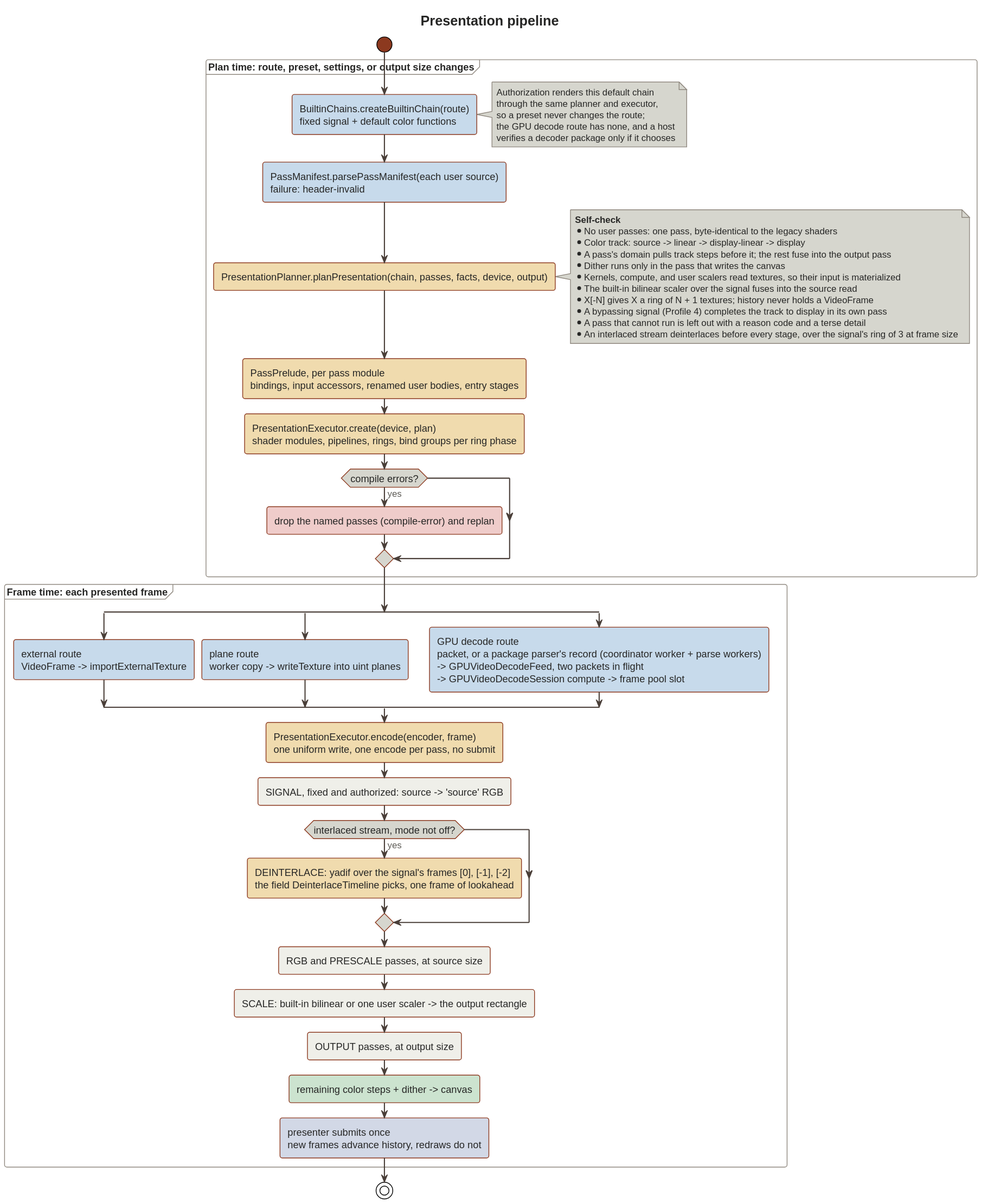
The PlantUML diagram docs/src/diagrams/presentation-pipeline.light.svg in alchemyyy/WebGPU-Player, before a commit.
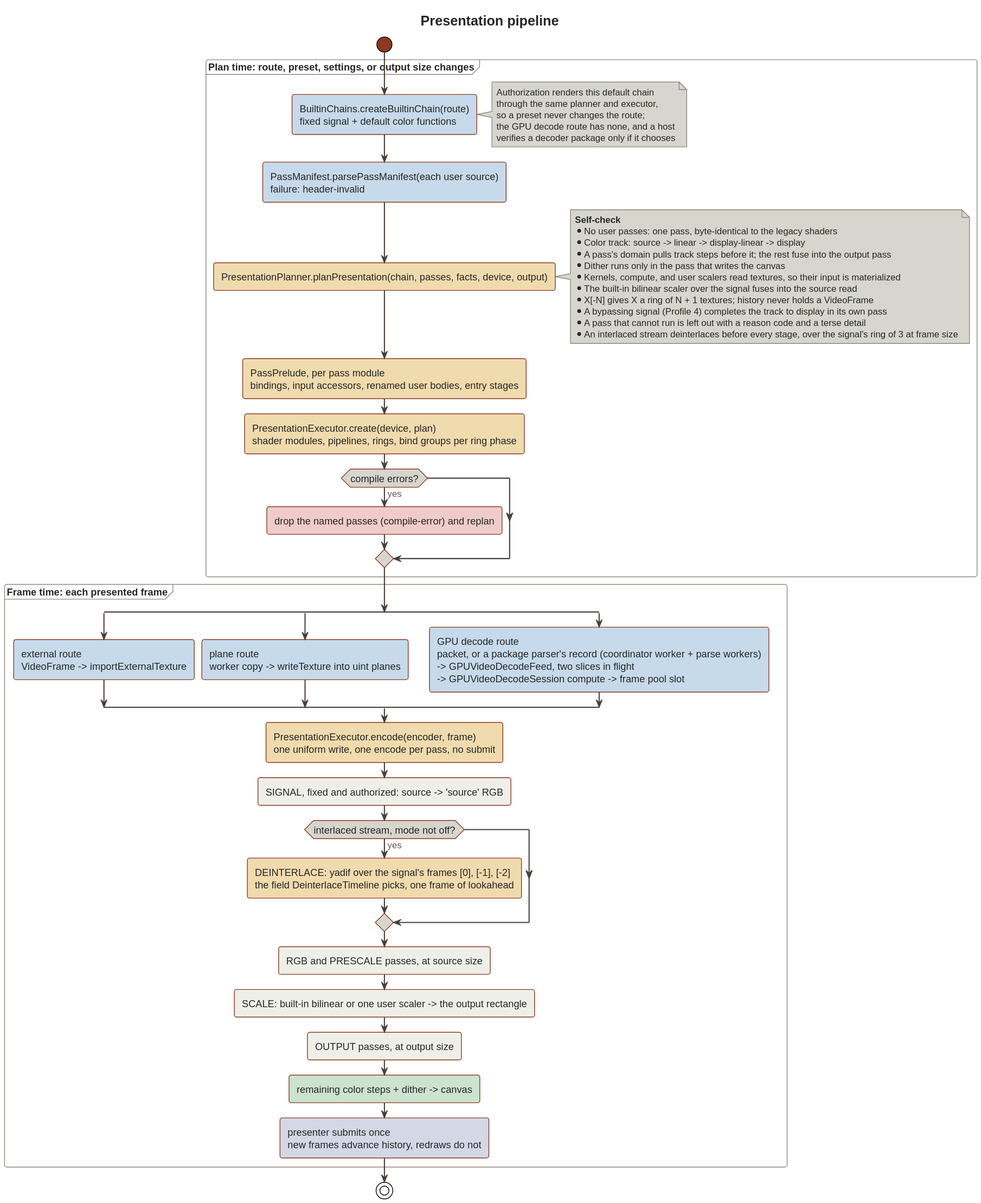
Later version of the same file.

Commit message:
Submit GPU decode work in slices and drop the rest on a reset

The edit, as a diff of the source:
```diff
@@ -49,7 +49,7 @@
     split again
         :GPU decode route
         packet, or a package parser's record (coordinator worker + parse workers)
-        -> GPUVideoDecodeFeed, two packets in flight
+        -> GPUVideoDecodeFeed, two slices in flight
         -> GPUVideoDecodeSession compute -> frame pool slot; <<$HL_BLUE>>
     end split
     :PresentationExecutor.encode(encoder, frame)
```
